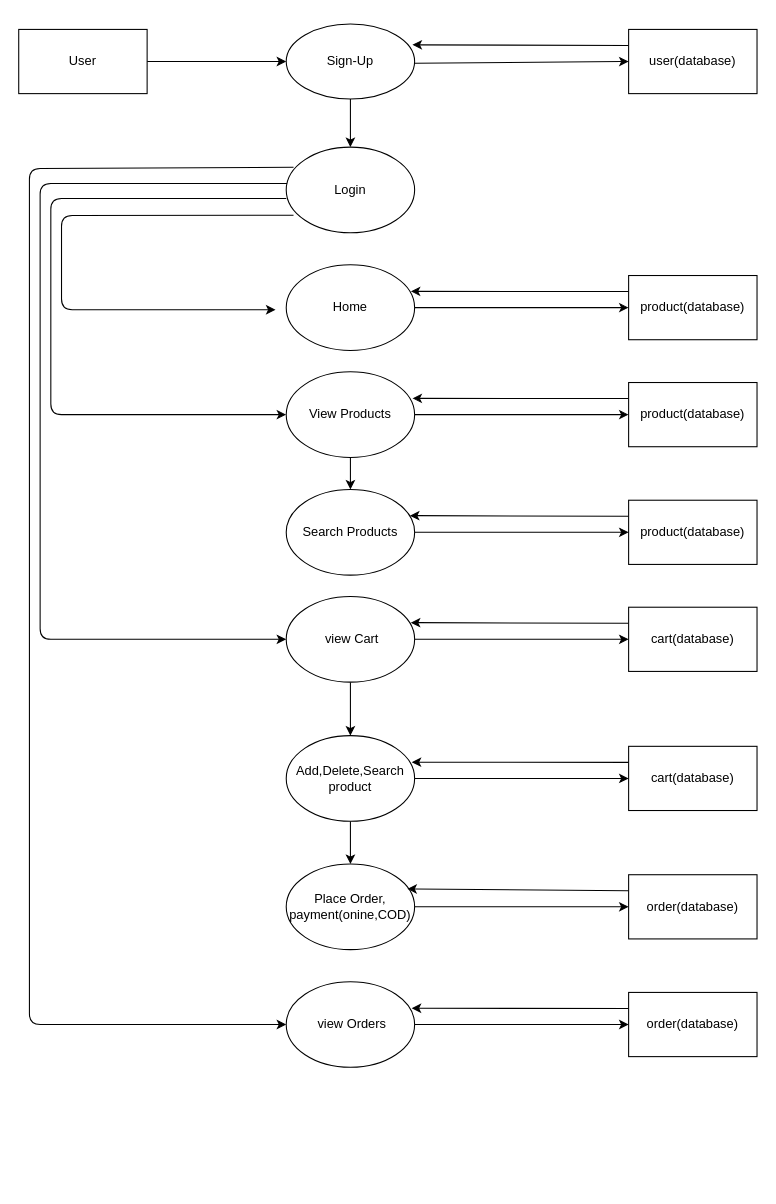
This is dfd/level1.1.drawio from dani-zed/e-commerce, a draw.io file, before an edit. Source tidied: cells renumbered, new cells numbered last; positions are measured from the earlier drawing's top-left corner, leaving out a move shared by most shapes. Both pictures are drawn from the tidied source at 107%, with x=0, y=0 at pixel (18, 24).
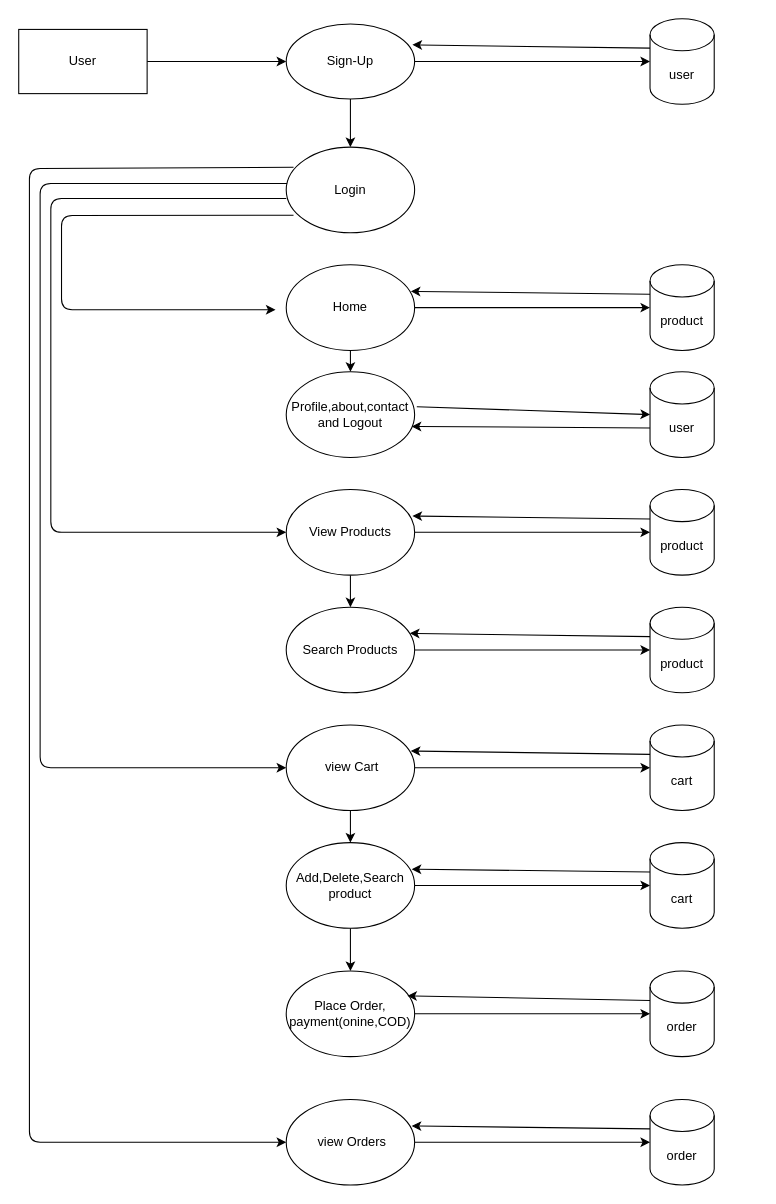
After the change.

Unchanged cells that the change refers to:
```xml
<mxCell id="6" value="Sign-Up" style="ellipse;whiteSpace=wrap;html=1;" parent="1" vertex="1">
  <mxGeometry x="250" width="120" height="70" as="geometry" />
</mxCell>
<mxCell id="13" value="Login" style="ellipse;whiteSpace=wrap;html=1;" parent="1" vertex="1">
  <mxGeometry x="250" y="115" width="120" height="80" as="geometry" />
</mxCell>
<mxCell id="15" value="Home" style="ellipse;whiteSpace=wrap;html=1;" parent="1" vertex="1">
  <mxGeometry x="250" y="225" width="120" height="80" as="geometry" />
</mxCell>
```

What changed in the source:
```diff
@@
-    <mxCell id="4" style="edgeStyle=none;html=1;entryX=0;entryY=0.5;entryDx=0;entryDy=0;" parent="1" edge="1" source="6" target="8">
+    <mxCell id="4" style="edgeStyle=none;html=1;entryX=0;entryY=0.5;entryDx=0;entryDy=0;entryPerimeter=0;" parent="1" edge="1" source="6" target="49">
       <mxGeometry relative="1" as="geometry" />
     </mxCell>
@@
-    <mxCell id="7" style="edgeStyle=none;html=1;exitX=0;exitY=0.25;exitDx=0;exitDy=0;entryX=0.983;entryY=0.277;entryDx=0;entryDy=0;entryPerimeter=0;" parent="1" edge="1" source="8" target="6">
+    <mxCell id="7" style="edgeStyle=none;html=1;exitX=0;exitY=0;exitDx=0;exitDy=27.5;entryX=0.983;entryY=0.277;entryDx=0;entryDy=0;entryPerimeter=0;exitPerimeter=0;" parent="1" edge="1" source="49" target="6">
       <mxGeometry relative="1" as="geometry" />
     </mxCell>
-    <mxCell id="8" value="user(database)" style="rounded=0;whiteSpace=wrap;html=1;" parent="1" vertex="1">
-      <mxGeometry x="570" y="5" width="120" height="60" as="geometry" />
-    </mxCell>
@@
     <mxCell id="10" style="edgeStyle=none;html=1;entryX=0;entryY=0.5;entryDx=0;entryDy=0;" parent="1" edge="1" target="20">
       <mxGeometry relative="1" as="geometry">
         <mxPoint x="250" y="163" as="sourcePoint" />
         <Array as="points">
           <mxPoint x="30" y="163" />
-          <mxPoint x="30" y="365" />
+          <mxPoint x="30" y="475" />
         </Array>
       </mxGeometry>
     </mxCell>
     <mxCell id="11" style="edgeStyle=none;html=1;entryX=0;entryY=0.5;entryDx=0;entryDy=0;exitX=0.01;exitY=0.425;exitDx=0;exitDy=0;exitPerimeter=0;" parent="1" edge="1" source="13" target="25">
       <mxGeometry relative="1" as="geometry">
         <Array as="points">
           <mxPoint x="20" y="149" />
-          <mxPoint x="20" y="575" />
+          <mxPoint x="20" y="695" />
         </Array>
       </mxGeometry>
     </mxCell>
     <mxCell id="12" style="edgeStyle=none;html=1;entryX=0;entryY=0.5;entryDx=0;entryDy=0;exitX=0.057;exitY=0.235;exitDx=0;exitDy=0;exitPerimeter=0;" parent="1" edge="1" source="13" target="29">
       <mxGeometry relative="1" as="geometry">
         <Array as="points">
           <mxPoint x="10" y="135" />
-          <mxPoint x="10" y="935" />
+          <mxPoint x="10" y="1045" />
         </Array>
       </mxGeometry>
     </mxCell>
@@
-    <mxCell id="14" style="edgeStyle=none;html=1;entryX=0;entryY=0.5;entryDx=0;entryDy=0;" parent="1" edge="1" source="15" target="17">
+    <mxCell id="14" style="edgeStyle=none;html=1;entryX=0;entryY=0.5;entryDx=0;entryDy=0;entryPerimeter=0;" parent="1" edge="1" source="15" target="50">
       <mxGeometry relative="1" as="geometry" />
     </mxCell>
+    <mxCell id="45" style="edgeStyle=none;html=1;" parent="1" edge="1" source="15" target="47">
+      <mxGeometry relative="1" as="geometry" />
+    </mxCell>
@@
-    <mxCell id="16" style="edgeStyle=none;html=1;exitX=0;exitY=0.25;exitDx=0;exitDy=0;entryX=0.97;entryY=0.31;entryDx=0;entryDy=0;entryPerimeter=0;" parent="1" edge="1" source="17" target="15">
+    <mxCell id="16" style="edgeStyle=none;html=1;exitX=0;exitY=0;exitDx=0;exitDy=27.5;entryX=0.97;entryY=0.31;entryDx=0;entryDy=0;entryPerimeter=0;exitPerimeter=0;" parent="1" edge="1" source="50" target="15">
       <mxGeometry relative="1" as="geometry" />
     </mxCell>
-    <mxCell id="17" value="product(database)" style="rounded=0;whiteSpace=wrap;html=1;" parent="1" vertex="1">
-      <mxGeometry x="570" y="235" width="120" height="60" as="geometry" />
-    </mxCell>
-    <mxCell id="18" style="edgeStyle=none;html=1;entryX=0;entryY=0.5;entryDx=0;entryDy=0;" parent="1" edge="1" source="20" target="22">
+    <mxCell id="18" style="edgeStyle=none;html=1;entryX=0;entryY=0.5;entryDx=0;entryDy=0;entryPerimeter=0;" parent="1" edge="1" source="20" target="52">
       <mxGeometry relative="1" as="geometry" />
     </mxCell>
@@
     <mxCell id="20" value="View Products" style="ellipse;whiteSpace=wrap;html=1;" parent="1" vertex="1">
-      <mxGeometry x="250" y="325" width="120" height="80" as="geometry" />
+      <mxGeometry x="250" y="435" width="120" height="80" as="geometry" />
     </mxCell>
-    <mxCell id="21" style="edgeStyle=none;html=1;exitX=0;exitY=0.25;exitDx=0;exitDy=0;entryX=0.983;entryY=0.31;entryDx=0;entryDy=0;entryPerimeter=0;" parent="1" edge="1" source="22" target="20">
+    <mxCell id="21" style="edgeStyle=none;html=1;exitX=0;exitY=0;exitDx=0;exitDy=27.5;entryX=0.983;entryY=0.31;entryDx=0;entryDy=0;entryPerimeter=0;exitPerimeter=0;" parent="1" edge="1" source="52" target="20">
       <mxGeometry relative="1" as="geometry" />
     </mxCell>
-    <mxCell id="22" value="product(database)" style="rounded=0;whiteSpace=wrap;html=1;" parent="1" vertex="1">
-      <mxGeometry x="570" y="335" width="120" height="60" as="geometry" />
-    </mxCell>
-    <mxCell id="23" style="edgeStyle=none;html=1;entryX=0;entryY=0.5;entryDx=0;entryDy=0;" parent="1" edge="1" source="25" target="27">
+    <mxCell id="23" style="edgeStyle=none;html=1;entryX=0;entryY=0.5;entryDx=0;entryDy=0;entryPerimeter=0;" parent="1" edge="1" source="25" target="54">
       <mxGeometry relative="1" as="geometry" />
     </mxCell>
@@
     <mxCell id="25" value="&amp;nbsp;view Cart" style="ellipse;whiteSpace=wrap;html=1;" parent="1" vertex="1">
-      <mxGeometry x="250" y="535" width="120" height="80" as="geometry" />
+      <mxGeometry x="250" y="655" width="120" height="80" as="geometry" />
     </mxCell>
-    <mxCell id="26" style="edgeStyle=none;html=1;exitX=0;exitY=0.25;exitDx=0;exitDy=0;entryX=0.97;entryY=0.305;entryDx=0;entryDy=0;entryPerimeter=0;" parent="1" edge="1" source="27" target="25">
+    <mxCell id="26" style="edgeStyle=none;html=1;exitX=0;exitY=0;exitDx=0;exitDy=27.5;entryX=0.97;entryY=0.305;entryDx=0;entryDy=0;entryPerimeter=0;exitPerimeter=0;" parent="1" edge="1" source="54" target="25">
       <mxGeometry relative="1" as="geometry" />
     </mxCell>
-    <mxCell id="27" value="cart(database)" style="rounded=0;whiteSpace=wrap;html=1;" parent="1" vertex="1">
-      <mxGeometry x="570" y="545" width="120" height="60" as="geometry" />
-    </mxCell>
-    <mxCell id="28" style="edgeStyle=none;html=1;" parent="1" edge="1" source="29" target="31">
+    <mxCell id="28" style="edgeStyle=none;html=1;entryX=0;entryY=0.5;entryDx=0;entryDy=0;entryPerimeter=0;" parent="1" edge="1" source="29" target="57">
       <mxGeometry relative="1" as="geometry" />
     </mxCell>
     <mxCell id="29" value="&amp;nbsp;view Orders" style="ellipse;whiteSpace=wrap;html=1;" parent="1" vertex="1">
-      <mxGeometry x="250" y="895" width="120" height="80" as="geometry" />
+      <mxGeometry x="250" y="1005" width="120" height="80" as="geometry" />
     </mxCell>
-    <mxCell id="30" style="edgeStyle=none;html=1;exitX=0;exitY=0.25;exitDx=0;exitDy=0;entryX=0.977;entryY=0.31;entryDx=0;entryDy=0;entryPerimeter=0;" parent="1" edge="1" source="31" target="29">
+    <mxCell id="30" style="edgeStyle=none;html=1;exitX=0;exitY=0;exitDx=0;exitDy=27.5;entryX=0.977;entryY=0.31;entryDx=0;entryDy=0;entryPerimeter=0;exitPerimeter=0;" parent="1" edge="1" source="57" target="29">
       <mxGeometry relative="1" as="geometry" />
     </mxCell>
-    <mxCell id="31" value="order(database)" style="rounded=0;whiteSpace=wrap;html=1;" parent="1" vertex="1">
-      <mxGeometry x="570" y="905" width="120" height="60" as="geometry" />
-    </mxCell>
-    <mxCell id="32" style="edgeStyle=none;html=1;" parent="1" edge="1" source="34" target="36">
+    <mxCell id="32" style="edgeStyle=none;html=1;entryX=0;entryY=0.5;entryDx=0;entryDy=0;entryPerimeter=0;" parent="1" edge="1" source="34" target="55">
       <mxGeometry relative="1" as="geometry" />
     </mxCell>
@@
     <mxCell id="34" value="Add,Delete,Search product" style="ellipse;whiteSpace=wrap;html=1;" parent="1" vertex="1">
-      <mxGeometry x="250" y="665" width="120" height="80" as="geometry" />
+      <mxGeometry x="250" y="765" width="120" height="80" as="geometry" />
     </mxCell>
-    <mxCell id="35" style="edgeStyle=none;html=1;exitX=0;exitY=0.25;exitDx=0;exitDy=0;entryX=0.977;entryY=0.31;entryDx=0;entryDy=0;entryPerimeter=0;" parent="1" edge="1" source="36" target="34">
+    <mxCell id="35" style="edgeStyle=none;html=1;exitX=0;exitY=0;exitDx=0;exitDy=27.5;entryX=0.977;entryY=0.31;entryDx=0;entryDy=0;entryPerimeter=0;exitPerimeter=0;" parent="1" edge="1" source="55" target="34">
       <mxGeometry relative="1" as="geometry" />
     </mxCell>
-    <mxCell id="36" value="cart(database)" style="whiteSpace=wrap;html=1;" parent="1" vertex="1">
-      <mxGeometry x="570" y="675" width="120" height="60" as="geometry" />
-    </mxCell>
-    <mxCell id="37" style="edgeStyle=none;html=1;" parent="1" edge="1" source="38" target="40">
+    <mxCell id="37" style="edgeStyle=none;html=1;entryX=0;entryY=0.5;entryDx=0;entryDy=0;entryPerimeter=0;" parent="1" edge="1" source="38" target="53">
       <mxGeometry relative="1" as="geometry" />
     </mxCell>
     <mxCell id="38" value="Search Products" style="ellipse;whiteSpace=wrap;html=1;" parent="1" vertex="1">
-      <mxGeometry x="250" y="435" width="120" height="80" as="geometry" />
+      <mxGeometry x="250" y="545" width="120" height="80" as="geometry" />
     </mxCell>
-    <mxCell id="39" style="edgeStyle=none;html=1;exitX=0;exitY=0.25;exitDx=0;exitDy=0;entryX=0.963;entryY=0.305;entryDx=0;entryDy=0;entryPerimeter=0;" parent="1" edge="1" source="40" target="38">
+    <mxCell id="39" style="edgeStyle=none;html=1;exitX=0;exitY=0;exitDx=0;exitDy=27.5;entryX=0.963;entryY=0.305;entryDx=0;entryDy=0;entryPerimeter=0;exitPerimeter=0;" parent="1" edge="1" source="53" target="38">
       <mxGeometry relative="1" as="geometry" />
     </mxCell>
-    <mxCell id="40" value="product(database)" style="whiteSpace=wrap;html=1;" parent="1" vertex="1">
-      <mxGeometry x="570" y="445" width="120" height="60" as="geometry" />
-    </mxCell>
-    <mxCell id="41" style="edgeStyle=none;html=1;entryX=0;entryY=0.5;entryDx=0;entryDy=0;" parent="1" edge="1" source="42" target="44">
+    <mxCell id="41" style="edgeStyle=none;html=1;entryX=0;entryY=0.5;entryDx=0;entryDy=0;entryPerimeter=0;" parent="1" edge="1" source="42" target="56">
       <mxGeometry relative="1" as="geometry" />
     </mxCell>
     <mxCell id="42" value="Place Order,&lt;br&gt;payment(onine,COD)" style="ellipse;whiteSpace=wrap;html=1;" parent="1" vertex="1">
-      <mxGeometry x="250" y="785" width="120" height="80" as="geometry" />
+      <mxGeometry x="250" y="885" width="120" height="80" as="geometry" />
     </mxCell>
-    <mxCell id="43" style="edgeStyle=none;html=1;exitX=0;exitY=0.25;exitDx=0;exitDy=0;entryX=0.943;entryY=0.29;entryDx=0;entryDy=0;entryPerimeter=0;" parent="1" edge="1" source="44" target="42">
+    <mxCell id="43" style="edgeStyle=none;html=1;exitX=0;exitY=0;exitDx=0;exitDy=27.5;entryX=0.943;entryY=0.29;entryDx=0;entryDy=0;entryPerimeter=0;exitPerimeter=0;" parent="1" edge="1" source="56" target="42">
       <mxGeometry relative="1" as="geometry" />
     </mxCell>
-    <mxCell id="44" value="order(database)" style="rounded=0;whiteSpace=wrap;html=1;" parent="1" vertex="1">
-      <mxGeometry x="570" y="795" width="120" height="60" as="geometry" />
-    </mxCell>
+    <mxCell id="46" style="edgeStyle=none;html=1;entryX=0;entryY=0.5;entryDx=0;entryDy=0;exitX=1.017;exitY=0.408;exitDx=0;exitDy=0;exitPerimeter=0;entryPerimeter=0;" parent="1" edge="1" source="47" target="51">
+      <mxGeometry relative="1" as="geometry" />
+    </mxCell>
+    <mxCell id="47" value="Profile,about,contact&lt;br&gt;and Logout" style="ellipse;whiteSpace=wrap;html=1;" parent="1" vertex="1">
+      <mxGeometry x="250" y="325" width="120" height="80" as="geometry" />
+    </mxCell>
+    <mxCell id="48" style="edgeStyle=none;html=1;entryX=0.977;entryY=0.638;entryDx=0;entryDy=0;entryPerimeter=0;exitX=0;exitY=0;exitDx=0;exitDy=52.5;exitPerimeter=0;" parent="1" edge="1" source="51" target="47">
+      <mxGeometry relative="1" as="geometry" />
+    </mxCell>
+    <mxCell id="49" value="user" style="shape=cylinder3;whiteSpace=wrap;html=1;boundedLbl=1;backgroundOutline=1;size=15;align=center;" parent="1" vertex="1">
+      <mxGeometry x="590" y="-5" width="60" height="80" as="geometry" />
+    </mxCell>
+    <mxCell id="50" value="product" style="shape=cylinder3;whiteSpace=wrap;html=1;boundedLbl=1;backgroundOutline=1;size=15;" parent="1" vertex="1">
+      <mxGeometry x="590" y="225" width="60" height="80" as="geometry" />
+    </mxCell>
+    <mxCell id="51" value="user" style="shape=cylinder3;whiteSpace=wrap;html=1;boundedLbl=1;backgroundOutline=1;size=15;" parent="1" vertex="1">
+      <mxGeometry x="590" y="325" width="60" height="80" as="geometry" />
+    </mxCell>
+    <mxCell id="52" value="product" style="shape=cylinder3;whiteSpace=wrap;html=1;boundedLbl=1;backgroundOutline=1;size=15;" parent="1" vertex="1">
+      <mxGeometry x="590" y="435" width="60" height="80" as="geometry" />
+    </mxCell>
+    <mxCell id="53" value="product" style="shape=cylinder3;whiteSpace=wrap;html=1;boundedLbl=1;backgroundOutline=1;size=15;" parent="1" vertex="1">
+      <mxGeometry x="590" y="545" width="60" height="80" as="geometry" />
+    </mxCell>
+    <mxCell id="54" value="cart" style="shape=cylinder3;whiteSpace=wrap;html=1;boundedLbl=1;backgroundOutline=1;size=15;" parent="1" vertex="1">
+      <mxGeometry x="590" y="655" width="60" height="80" as="geometry" />
+    </mxCell>
+    <mxCell id="55" value="cart" style="shape=cylinder3;whiteSpace=wrap;html=1;boundedLbl=1;backgroundOutline=1;size=15;" parent="1" vertex="1">
+      <mxGeometry x="590" y="765" width="60" height="80" as="geometry" />
+    </mxCell>
+    <mxCell id="56" value="order" style="shape=cylinder3;whiteSpace=wrap;html=1;boundedLbl=1;backgroundOutline=1;size=15;" parent="1" vertex="1">
+      <mxGeometry x="590" y="885" width="60" height="80" as="geometry" />
+    </mxCell>
+    <mxCell id="57" value="order" style="shape=cylinder3;whiteSpace=wrap;html=1;boundedLbl=1;backgroundOutline=1;size=15;" parent="1" vertex="1">
+      <mxGeometry x="590" y="1005" width="60" height="80" as="geometry" />
+    </mxCell>
```
